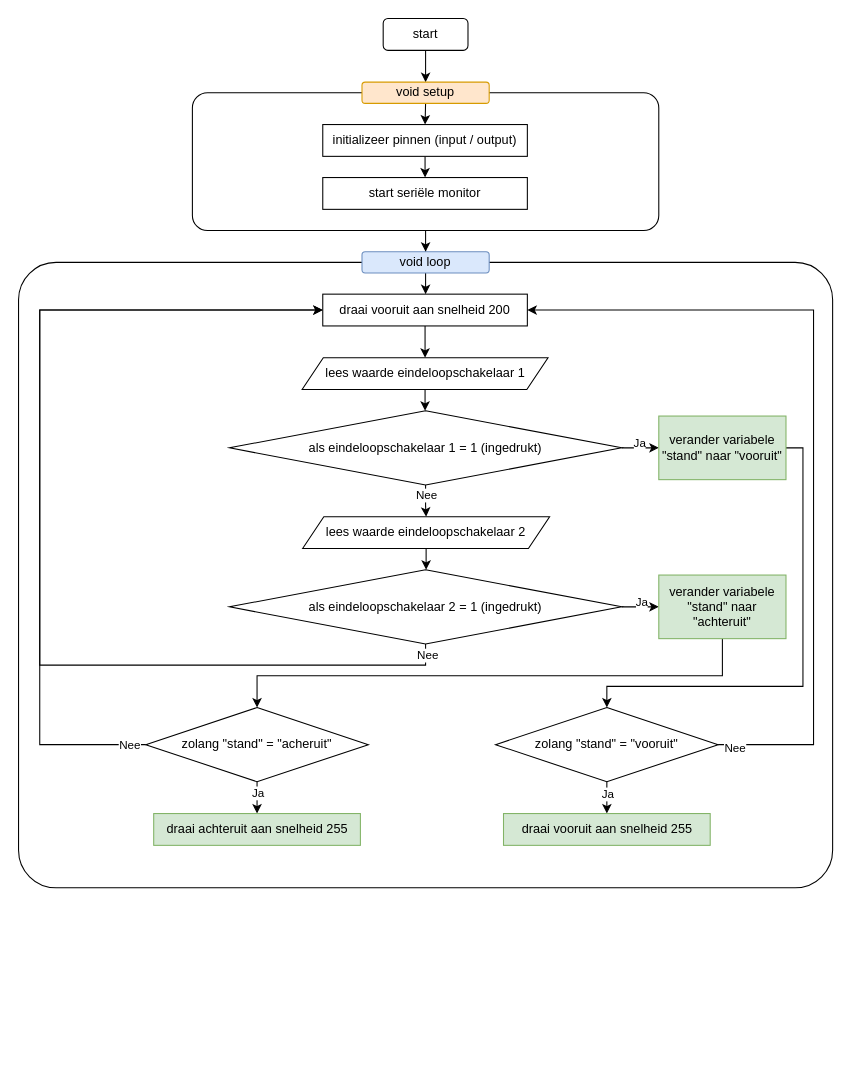
This is flow.drawio from crearth/c, a draw.io file, before an edit. Source tidied: cells renumbered, new cells numbered last; positions are measured from the earlier drawing's top-left corner, leaving out a move shared by most shapes. Both pictures are drawn from the tidied source at 106%, with x=0, y=0 at pixel (18, 18).
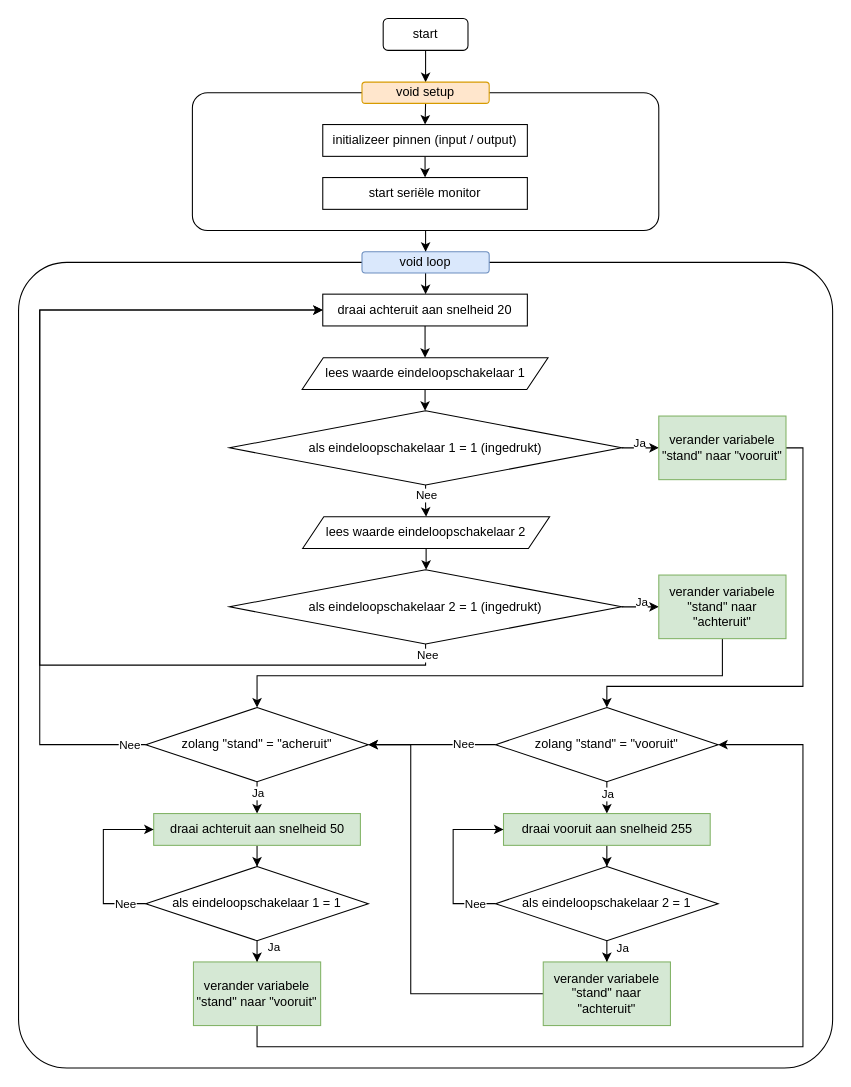
Above is the later version.

The change refers to these unchanged cells:
```xml
<mxCell id="38" value="zolang &quot;stand&quot; = &quot;acheruit&quot;" style="rhombus;whiteSpace=wrap;html=1;rounded=0;" parent="1" vertex="1">
  <mxGeometry x="120" y="650" width="210" height="70" as="geometry" />
</mxCell>
<mxCell id="44" value="zolang &quot;stand&quot; = &quot;vooruit&quot;" style="rhombus;whiteSpace=wrap;html=1;rounded=0;" parent="1" vertex="1">
  <mxGeometry x="450" y="650" width="210" height="70" as="geometry" />
</mxCell>
<mxCell id="45" value="draai vooruit aan snelheid 255" style="rounded=0;whiteSpace=wrap;html=1;fillColor=#d5e8d4;strokeColor=#82b366;" parent="1" vertex="1">
  <mxGeometry x="457.5" y="750" width="195" height="30" as="geometry" />
</mxCell>
```

The edit, as a diff of the source:
```diff
@@
     <mxCell id="11" style="rounded=1;whiteSpace=wrap;html=1;arcSize=6;" parent="1" vertex="1">
-      <mxGeometry y="230" width="768" height="590" as="geometry" />
+      <mxGeometry y="230" width="768" height="760" as="geometry" />
     </mxCell>
@@
-    <mxCell id="15" value="draai vooruit aan snelheid 200" style="rounded=0;whiteSpace=wrap;html=1;" parent="1" vertex="1">
+    <mxCell id="15" value="draai achteruit aan snelheid 20" style="rounded=0;whiteSpace=wrap;html=1;" parent="1" vertex="1">
       <mxGeometry x="287" y="260" width="193" height="30" as="geometry" />
     </mxCell>
@@
+    <mxCell id="46" style="edgeStyle=orthogonalEdgeStyle;rounded=0;jettySize=auto;html=1;" parent="1" edge="1" source="39" target="53">
+      <mxGeometry relative="1" as="geometry" />
+    </mxCell>
-    <mxCell id="39" value="draai achteruit aan snelheid 255" style="rounded=0;whiteSpace=wrap;html=1;fillColor=#d5e8d4;strokeColor=#82b366;" parent="1" vertex="1">
+    <mxCell id="39" value="draai achteruit aan snelheid 50" style="rounded=0;whiteSpace=wrap;html=1;fillColor=#d5e8d4;strokeColor=#82b366;" parent="1" vertex="1">
       <mxGeometry x="127.5" y="750" width="195" height="30" as="geometry" />
     </mxCell>
@@
-    <mxCell id="42" style="edgeStyle=orthogonalEdgeStyle;rounded=0;jettySize=auto;html=1;entryX=1;entryY=0.5;entryDx=0;entryDy=0;" parent="1" edge="1" source="44" target="15">
-      <mxGeometry relative="1" as="geometry">
-        <Array as="points">
-          <mxPoint x="750" y="685" />
-          <mxPoint x="750" y="275" />
-        </Array>
-      </mxGeometry>
-    </mxCell>
-    <mxCell id="43" value="Nee" style="edgeLabel;html=1;align=center;verticalAlign=middle;" parent="42" vertex="1">
-      <mxGeometry x="-0.96" y="-2" relative="1" as="geometry" />
-    </mxCell>
+    <mxCell id="47" value="Nee" style="edgeStyle=orthogonalEdgeStyle;rounded=0;jettySize=auto;html=1;" parent="1" edge="1" source="44" target="38">
+      <mxGeometry x="-0.5" relative="1" as="geometry" />
+    </mxCell>
@@
+    <mxCell id="48" style="edgeStyle=orthogonalEdgeStyle;rounded=0;jettySize=auto;html=1;" parent="1" edge="1" source="45" target="58">
+      <mxGeometry relative="1" as="geometry" />
+    </mxCell>
@@
+    <mxCell id="49" style="edgeStyle=orthogonalEdgeStyle;rounded=0;jettySize=auto;html=1;" parent="1" edge="1" source="53" target="60">
+      <mxGeometry relative="1" as="geometry" />
+    </mxCell>
+    <mxCell id="50" value="Ja" style="edgeLabel;html=1;align=center;verticalAlign=middle;" parent="49" vertex="1">
+      <mxGeometry x="0.49" relative="1" as="geometry">
+        <mxPoint x="15" as="offset" />
+      </mxGeometry>
+    </mxCell>
+    <mxCell id="51" style="edgeStyle=orthogonalEdgeStyle;rounded=0;jettySize=auto;html=1;" parent="1" edge="1" source="53" target="39">
+      <mxGeometry relative="1" as="geometry">
+        <Array as="points">
+          <mxPoint x="80" y="835" />
+          <mxPoint x="80" y="765" />
+        </Array>
+      </mxGeometry>
+    </mxCell>
+    <mxCell id="52" value="Nee" style="edgeLabel;html=1;align=center;verticalAlign=middle;" parent="51" vertex="1">
+      <mxGeometry x="-0.82" y="-1" relative="1" as="geometry">
+        <mxPoint x="-5.7" y="1" as="offset" />
+      </mxGeometry>
+    </mxCell>
+    <mxCell id="53" value="als eindeloopschakelaar 1 = 1" style="rhombus;whiteSpace=wrap;html=1;rounded=0;" parent="1" vertex="1">
+      <mxGeometry x="120" y="800" width="210" height="70" as="geometry" />
+    </mxCell>
+    <mxCell id="54" style="edgeStyle=orthogonalEdgeStyle;rounded=0;jettySize=auto;html=1;" parent="1" edge="1" source="58" target="62">
+      <mxGeometry relative="1" as="geometry" />
+    </mxCell>
+    <mxCell id="55" value="Ja" style="edgeLabel;html=1;align=center;verticalAlign=middle;" parent="54" vertex="1">
+      <mxGeometry x="0.53" y="-1" relative="1" as="geometry">
+        <mxPoint x="15" as="offset" />
+      </mxGeometry>
+    </mxCell>
+    <mxCell id="56" style="edgeStyle=orthogonalEdgeStyle;rounded=0;jettySize=auto;html=1;" parent="1" edge="1" source="58" target="45">
+      <mxGeometry relative="1" as="geometry">
+        <Array as="points">
+          <mxPoint x="410" y="835" />
+          <mxPoint x="410" y="765" />
+        </Array>
+      </mxGeometry>
+    </mxCell>
+    <mxCell id="57" value="Nee" style="edgeLabel;html=1;align=center;verticalAlign=middle;" parent="56" vertex="1">
+      <mxGeometry x="-0.58" relative="1" as="geometry">
+        <mxPoint x="13" as="offset" />
+      </mxGeometry>
+    </mxCell>
+    <mxCell id="58" value="als eindeloopschakelaar 2 = 1" style="rhombus;whiteSpace=wrap;html=1;rounded=0;" parent="1" vertex="1">
+      <mxGeometry x="450" y="800" width="210" height="70" as="geometry" />
+    </mxCell>
+    <mxCell id="59" style="edgeStyle=orthogonalEdgeStyle;rounded=0;jettySize=auto;html=1;entryX=1;entryY=0.5;entryDx=0;entryDy=0;" parent="1" edge="1" source="60" target="44">
+      <mxGeometry relative="1" as="geometry">
+        <Array as="points">
+          <mxPoint x="225" y="970" />
+          <mxPoint x="740" y="970" />
+          <mxPoint x="740" y="685" />
+        </Array>
+      </mxGeometry>
+    </mxCell>
+    <mxCell id="60" value="verander variabele &quot;stand&quot; naar &quot;vooruit&quot;" style="rounded=0;whiteSpace=wrap;html=1;fillColor=#d5e8d4;strokeColor=#82b366;" parent="1" vertex="1">
+      <mxGeometry x="165" y="890" width="120" height="60" as="geometry" />
+    </mxCell>
+    <mxCell id="61" style="edgeStyle=orthogonalEdgeStyle;rounded=0;jettySize=auto;html=1;entryX=1;entryY=0.5;entryDx=0;entryDy=0;" parent="1" edge="1" source="62" target="38">
+      <mxGeometry relative="1" as="geometry">
+        <Array as="points">
+          <mxPoint x="370" y="920" />
+          <mxPoint x="370" y="685" />
+        </Array>
+      </mxGeometry>
+    </mxCell>
+    <mxCell id="62" value="verander variabele &quot;stand&quot; naar &quot;achteruit&quot;" style="rounded=0;whiteSpace=wrap;html=1;fillColor=#d5e8d4;strokeColor=#82b366;" parent="1" vertex="1">
+      <mxGeometry x="495" y="890" width="120" height="60" as="geometry" />
+    </mxCell>
```
